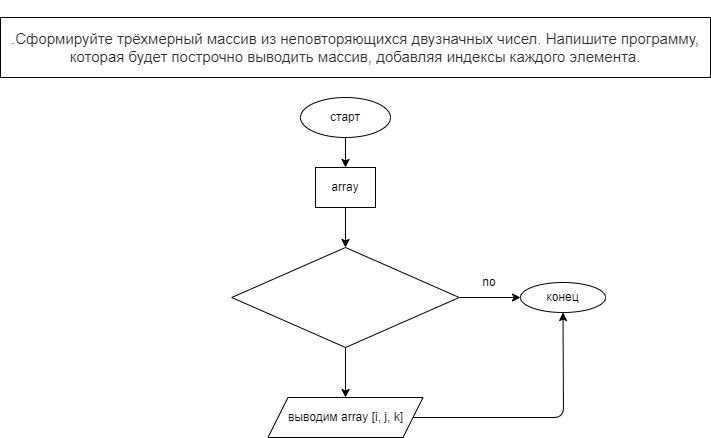
This is DZ8/zadacha60/diagram.drawio.png from ElenaFomenkova/DZ, a draw.io export, as it was before one commit. Source tidied: cells renumbered, new cells last; positions are measured from the earlier drawing's top-left corner, leaving out a move shared by most shapes.
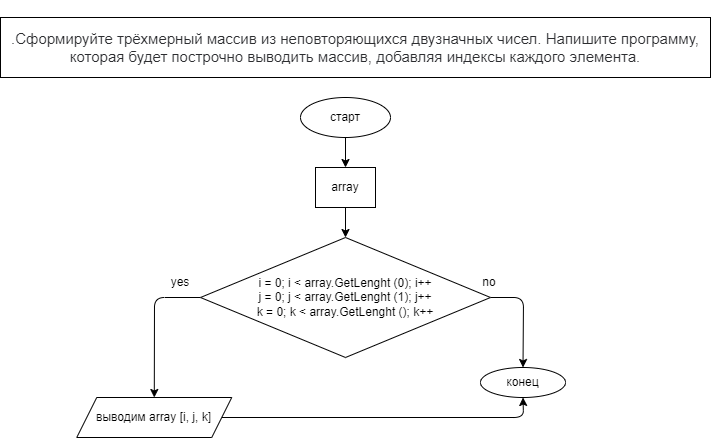
Later version of the same file.

The edit, as a diff of the source:
```diff
@@ -20,27 +20,38 @@
     <mxCell id="7" style="edgeStyle=none;html=1;" parent="1" edge="1" source="8" target="9">
       <mxGeometry relative="1" as="geometry">
         <Array as="points">
-          <mxPoint x="563" y="400" />
+          <mxPoint x="523" y="400" />
         </Array>
       </mxGeometry>
     </mxCell>
     <mxCell id="8" value="выводим array [i, j, k]" style="shape=parallelogram;perimeter=parallelogramPerimeter;whiteSpace=wrap;html=1;fixedSize=1;" parent="1" vertex="1">
-      <mxGeometry x="267.5" y="380" width="155" height="40" as="geometry" />
+      <mxGeometry x="76.2" y="380" width="155" height="40" as="geometry" />
     </mxCell>
     <mxCell id="9" value="конец" style="ellipse;whiteSpace=wrap;html=1;" parent="1" vertex="1">
-      <mxGeometry x="520" y="265" width="85" height="30" as="geometry" />
+      <mxGeometry x="480" y="350" width="85" height="30" as="geometry" />
     </mxCell>
     <mxCell id="10" style="edgeStyle=none;html=1;" parent="1" edge="1" source="12" target="8">
-      <mxGeometry relative="1" as="geometry" />
+      <mxGeometry relative="1" as="geometry">
+        <Array as="points">
+          <mxPoint x="154" y="280" />
+        </Array>
+      </mxGeometry>
     </mxCell>
     <mxCell id="11" style="edgeStyle=none;html=1;" parent="1" edge="1" source="12" target="9">
-      <mxGeometry relative="1" as="geometry" />
+      <mxGeometry relative="1" as="geometry">
+        <Array as="points">
+          <mxPoint x="523" y="280" />
+        </Array>
+      </mxGeometry>
     </mxCell>
-    <mxCell id="12" style="rhombus;whiteSpace=wrap;html=1;" parent="1" vertex="1">
-      <mxGeometry x="231.2" y="230" width="227.5" height="100" as="geometry" />
+    <mxCell id="12" value="i = 0; i &amp;lt; array.GetLenght (0); i++&lt;br&gt;j = 0; j &amp;lt; array.GetLenght (1); j++&lt;br&gt;k = 0; k &amp;lt; array.GetLenght (); k++" style="rhombus;whiteSpace=wrap;html=1;" parent="1" vertex="1">
+      <mxGeometry x="200" y="220" width="290" height="120" as="geometry" />
     </mxCell>
     <mxCell id="13" value="no" style="text;html=1;strokeColor=none;fillColor=none;align=center;verticalAlign=middle;whiteSpace=wrap;rounded=0;" parent="1" vertex="1">
       <mxGeometry x="458.8" y="250" width="60" height="30" as="geometry" />
     </mxCell>
+    <mxCell id="14" value="yes" style="text;html=1;strokeColor=none;fillColor=none;align=center;verticalAlign=middle;whiteSpace=wrap;rounded=0;" parent="1" vertex="1">
+      <mxGeometry x="150" y="250" width="60" height="30" as="geometry" />
+    </mxCell>
   </root>
 </mxGraphModel>
```
